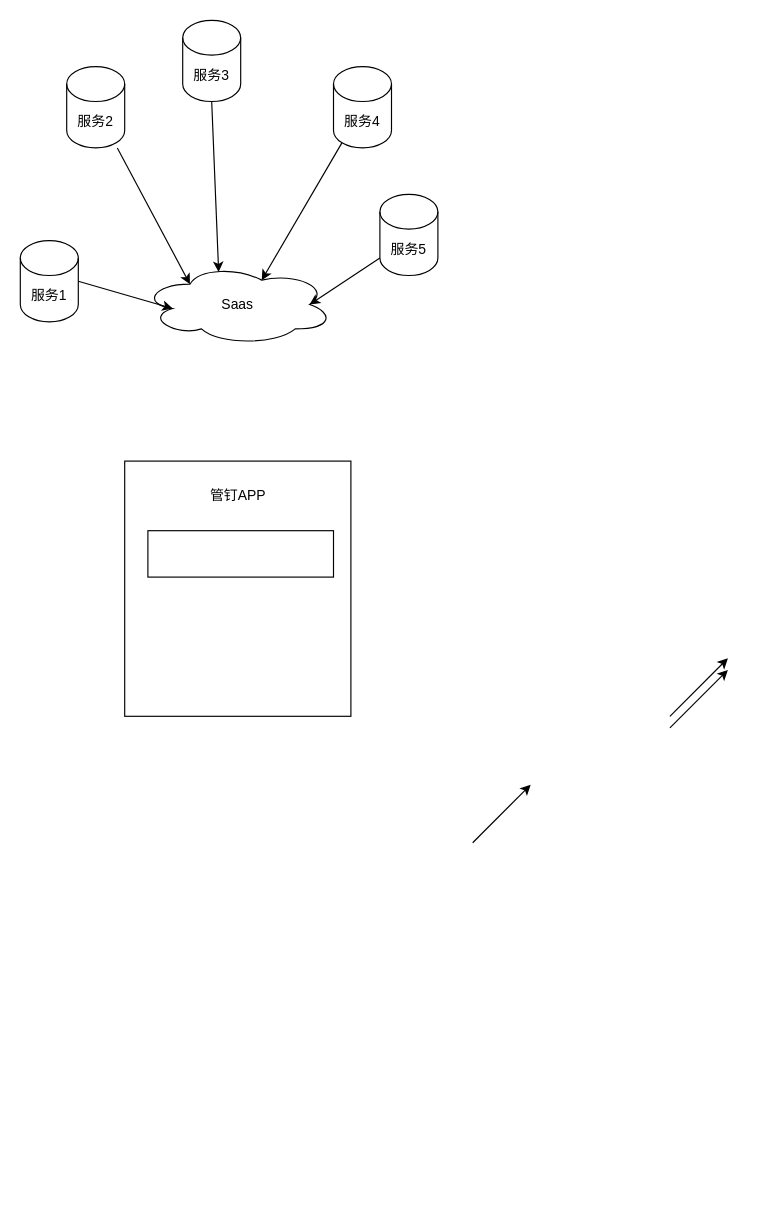
Above: temp.drawio in loverfang/mydiagrams (draw.io), before the change. Source tidied: cells renumbered, new cells numbered last; positions are measured from the earlier drawing's top-left corner, leaving out a move shared by most shapes. Both pictures are drawn from the tidied source at 116%, with x=0, y=0 at pixel (20, 20).
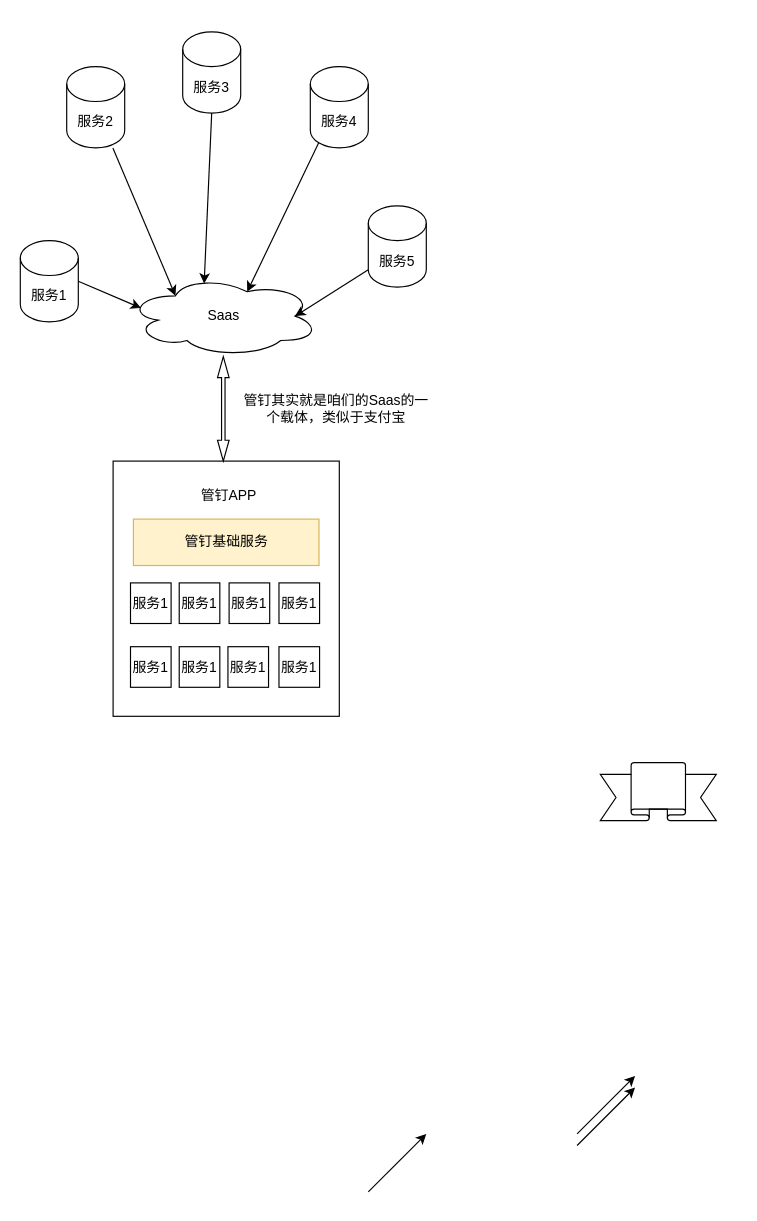
Above is the later version.

Unchanged cells that the change refers to:
```xml
<mxCell id="7" value="服务1" style="shape=cylinder3;whiteSpace=wrap;html=1;boundedLbl=1;backgroundOutline=1;size=15;" parent="1" vertex="1">
  <mxGeometry y="190" width="50" height="70" as="geometry" />
</mxCell>
```

Diff of the diagram source:
```diff
@@
     <mxCell id="2" value="Saas" style="ellipse;shape=cloud;whiteSpace=wrap;html=1;" parent="1" vertex="1">
-      <mxGeometry x="105" y="210" width="165" height="70" as="geometry" />
+      <mxGeometry x="92.5" y="220" width="165" height="70" as="geometry" />
     </mxCell>
@@
     <mxCell id="4" value="服务3" style="shape=cylinder3;whiteSpace=wrap;html=1;boundedLbl=1;backgroundOutline=1;size=15;" parent="1" vertex="1">
-      <mxGeometry x="140" width="50" height="70" as="geometry" />
+      <mxGeometry x="140" y="10" width="50" height="70" as="geometry" />
     </mxCell>
     <mxCell id="5" value="服务4" style="shape=cylinder3;whiteSpace=wrap;html=1;boundedLbl=1;backgroundOutline=1;size=15;" parent="1" vertex="1">
-      <mxGeometry x="270" y="40" width="50" height="70" as="geometry" />
+      <mxGeometry x="250" y="40" width="50" height="70" as="geometry" />
     </mxCell>
     <mxCell id="6" value="服务5" style="shape=cylinder3;whiteSpace=wrap;html=1;boundedLbl=1;backgroundOutline=1;size=15;" parent="1" vertex="1">
-      <mxGeometry x="310" y="150" width="50" height="70" as="geometry" />
+      <mxGeometry x="300" y="160" width="50" height="70" as="geometry" />
     </mxCell>
@@
-    <mxCell id="8" style="endArrow=classic;html=1;exitX=1;exitY=0.5;exitDx=0;exitDy=0;exitPerimeter=0;entryX=0.16;entryY=0.55;entryDx=0;entryDy=0;entryPerimeter=0;" parent="1" edge="1" source="7" target="2">
+    <mxCell id="8" style="endArrow=classic;html=1;exitX=1;exitY=0.5;exitDx=0;exitDy=0;exitPerimeter=0;entryX=0.07;entryY=0.4;entryDx=0;entryDy=0;entryPerimeter=0;" parent="1" edge="1" source="7" target="2">
       <mxGeometry relative="1" as="geometry" />
     </mxCell>
@@
     <mxCell id="10" style="endArrow=classic;html=1;" parent="1" edge="1">
       <mxGeometry relative="1" as="geometry">
-        <mxPoint x="390" y="709" as="sourcePoint" />
-        <mxPoint x="440" y="659" as="targetPoint" />
+        <mxPoint x="300" y="1010" as="sourcePoint" />
+        <mxPoint x="350" y="960" as="targetPoint" />
       </mxGeometry>
     </mxCell>
@@
     <mxCell id="13" style="endArrow=classic;html=1;" parent="1" edge="1">
       <mxGeometry relative="1" as="geometry">
-        <mxPoint x="560" y="610" as="sourcePoint" />
-        <mxPoint x="610" y="560" as="targetPoint" />
+        <mxPoint x="480" y="970" as="sourcePoint" />
+        <mxPoint x="530" y="920" as="targetPoint" />
       </mxGeometry>
     </mxCell>
     <mxCell id="14" style="endArrow=classic;html=1;" parent="1" edge="1">
       <mxGeometry relative="1" as="geometry">
-        <mxPoint x="560" y="600" as="sourcePoint" />
-        <mxPoint x="610" y="550" as="targetPoint" />
+        <mxPoint x="480" y="960" as="sourcePoint" />
+        <mxPoint x="530" y="910" as="targetPoint" />
       </mxGeometry>
     </mxCell>
@@
     <mxCell id="16" style="rounded=0;whiteSpace=wrap;html=1;" parent="1" vertex="1">
-      <mxGeometry x="90" y="380" width="195" height="220" as="geometry" />
+      <mxGeometry x="80" y="380" width="195" height="220" as="geometry" />
     </mxCell>
     <mxCell id="17" value="管钉APP" style="text;html=1;strokeColor=none;fillColor=none;align=center;verticalAlign=middle;whiteSpace=wrap;rounded=0;" parent="1" vertex="1">
-      <mxGeometry x="147.5" y="400" width="80" height="20" as="geometry" />
+      <mxGeometry x="140" y="400" width="80" height="20" as="geometry" />
     </mxCell>
-    <mxCell id="18" style="rounded=0;whiteSpace=wrap;html=1;" parent="1" vertex="1">
-      <mxGeometry x="110" y="440" width="160" height="40" as="geometry" />
+    <mxCell id="18" value="管钉基础服务" style="rounded=0;whiteSpace=wrap;html=1;fillColor=#fff2cc;strokeColor=#d6b656;" parent="1" vertex="1">
+      <mxGeometry x="97.5" y="430" width="160" height="40" as="geometry" />
     </mxCell>
+    <mxCell id="19" value="服务1" style="rounded=0;whiteSpace=wrap;html=1;" parent="1" vertex="1">
+      <mxGeometry x="95" y="485" width="35" height="35" as="geometry" />
+    </mxCell>
+    <mxCell id="20" value="服务1" style="rounded=0;whiteSpace=wrap;html=1;" parent="1" vertex="1">
+      <mxGeometry x="137" y="485" width="35" height="35" as="geometry" />
+    </mxCell>
+    <mxCell id="21" value="服务1" style="rounded=0;whiteSpace=wrap;html=1;" parent="1" vertex="1">
+      <mxGeometry x="180" y="485" width="35" height="35" as="geometry" />
+    </mxCell>
+    <mxCell id="22" value="服务1" style="rounded=0;whiteSpace=wrap;html=1;" parent="1" vertex="1">
+      <mxGeometry x="223" y="485" width="35" height="35" as="geometry" />
+    </mxCell>
+    <mxCell id="23" value="服务1" style="rounded=0;whiteSpace=wrap;html=1;" parent="1" vertex="1">
+      <mxGeometry x="179" y="540" width="35" height="35" as="geometry" />
+    </mxCell>
+    <mxCell id="24" value="服务1" style="rounded=0;whiteSpace=wrap;html=1;" parent="1" vertex="1">
+      <mxGeometry x="137" y="540" width="35" height="35" as="geometry" />
+    </mxCell>
+    <mxCell id="25" value="服务1" style="rounded=0;whiteSpace=wrap;html=1;" parent="1" vertex="1">
+      <mxGeometry x="95" y="540" width="35" height="35" as="geometry" />
+    </mxCell>
+    <mxCell id="26" value="服务1" style="rounded=0;whiteSpace=wrap;html=1;" parent="1" vertex="1">
+      <mxGeometry x="223" y="540" width="35" height="35" as="geometry" />
+    </mxCell>
+    <mxCell id="27" style="shape=doubleArrow;direction=south;whiteSpace=wrap;html=1;" parent="1" vertex="1">
+      <mxGeometry x="170" y="290" width="10" height="90" as="geometry" />
+    </mxCell>
+    <mxCell id="28" value="管钉其实就是咱们的Saas的一个载体，类似于支付宝" style="text;html=1;fillColor=none;align=center;verticalAlign=middle;whiteSpace=wrap;rounded=0;" parent="1" vertex="1">
+      <mxGeometry x="190" y="305" width="165" height="60" as="geometry" />
+    </mxCell>
+    <mxCell id="29" style="verticalLabelPosition=bottom;verticalAlign=top;html=1;shape=mxgraph.basic.banner;strokeColor=#000000;" parent="1" vertex="1">
+      <mxGeometry x="500" y="640" width="100" height="50" as="geometry" />
+    </mxCell>
```
